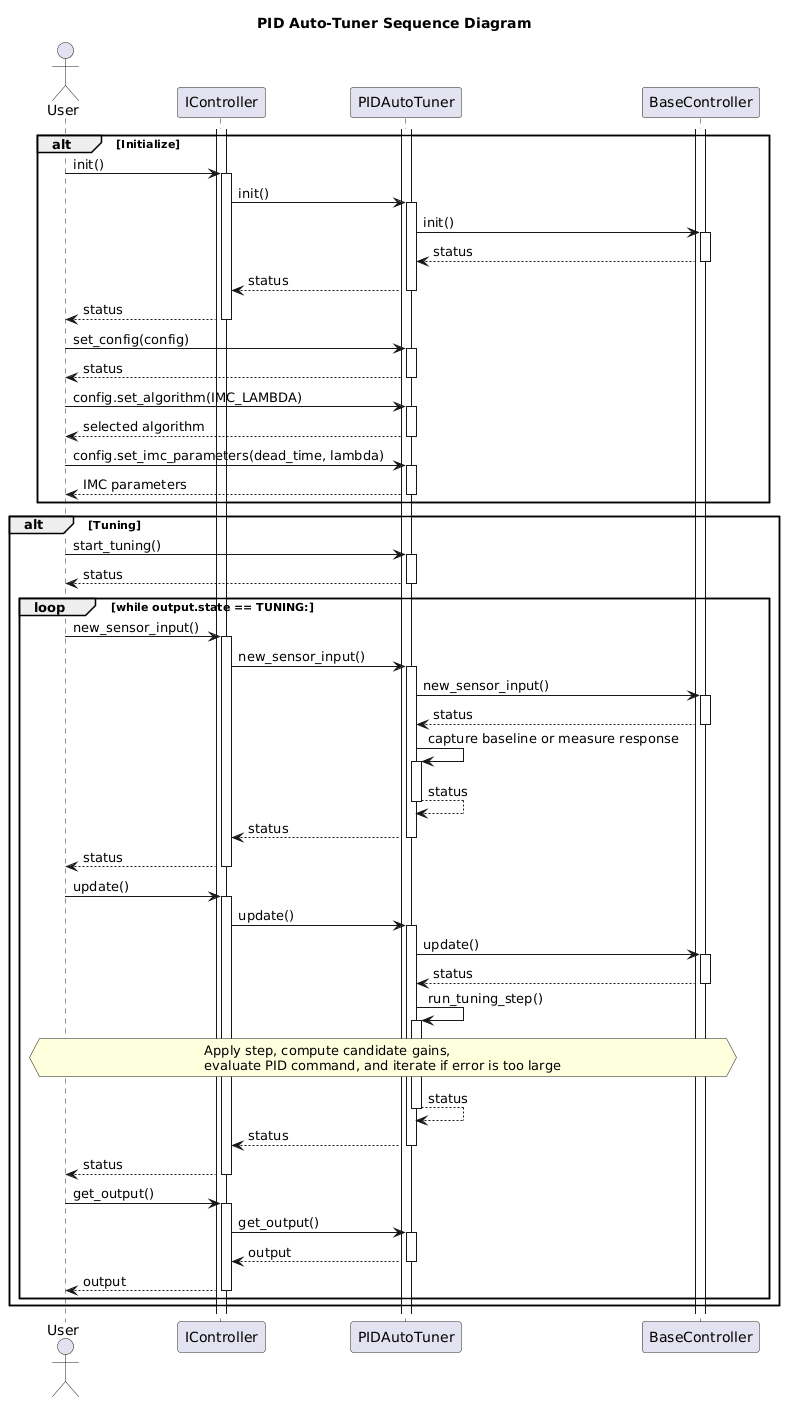
fastrobotics/robot_framework keeps this PlantUML diagram as Systems/Navigation/doc/puml/PIDAutoTunerSequenceDiagram.png. Above is the earlier version. Source of this version:
```plantuml
@startuml
title PID Auto-Tuner Sequence Diagram
actor User as user
participant IController as interface
participant PIDAutoTuner as auto_tuner
participant BaseController as base

alt Initialize
activate interface
activate auto_tuner
activate base
user -> interface++: init()
interface -> auto_tuner++: init()
auto_tuner -> base++: init()
base --> auto_tuner--: status
auto_tuner --> interface--: status
interface --> user--: status

user -> auto_tuner++: set_config(config)
auto_tuner --> user--: status

user -> auto_tuner++: config.set_algorithm(IMC_LAMBDA)
auto_tuner --> user--: selected algorithm
user -> auto_tuner++: config.set_imc_parameters(dead_time, lambda)
auto_tuner --> user--: IMC parameters

end

alt Tuning
user -> auto_tuner++: start_tuning()
auto_tuner --> user--: status
    loop while output.state == TUNING:
        user -> interface++: new_sensor_input()
        interface -> auto_tuner++: new_sensor_input()
        auto_tuner -> base++: new_sensor_input()
        base --> auto_tuner--: status
        auto_tuner -> auto_tuner++: capture baseline or measure response
        auto_tuner --> auto_tuner--: status
        auto_tuner --> interface--: status
        interface --> user--: status

        user -> interface++: update()
        interface -> auto_tuner++: update()
        auto_tuner -> base++: update()
        base --> auto_tuner--: status
        auto_tuner -> auto_tuner++: run_tuning_step()
        hnote across: Apply step, compute candidate gains,\nevaluate PID command, and iterate if error is too large
        auto_tuner --> auto_tuner--: status

        auto_tuner --> interface--: status
        interface --> user--: status

        user -> interface++: get_output()
        interface -> auto_tuner++: get_output()
        auto_tuner --> interface--: output
        interface --> user--: output
    end
end

@enduml
```
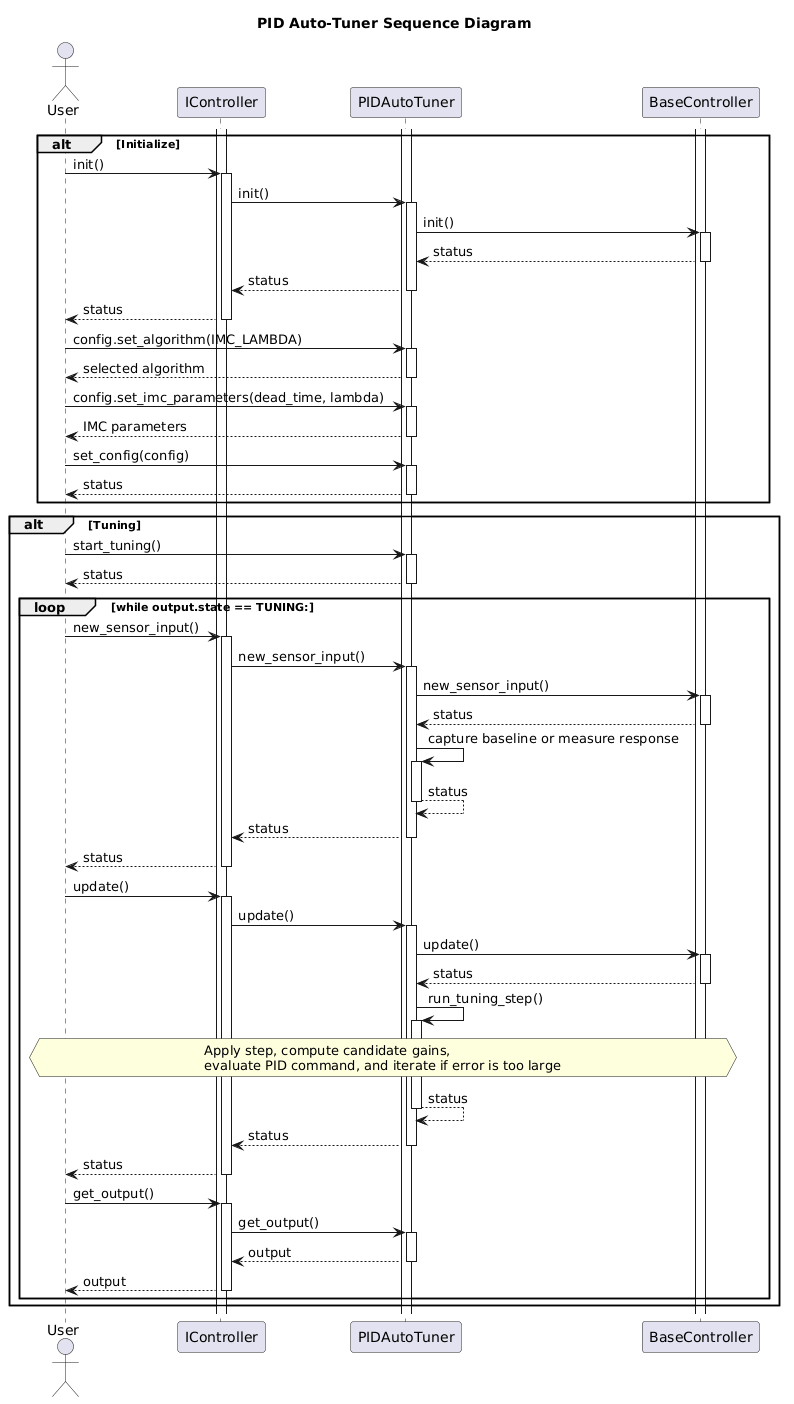
After the commit.

Change to the diagram source:
```diff
@@ -16,13 +16,12 @@
 auto_tuner --> interface--: status
 interface --> user--: status
 
-user -> auto_tuner++: set_config(config)
-auto_tuner --> user--: status
-
 user -> auto_tuner++: config.set_algorithm(IMC_LAMBDA)
 auto_tuner --> user--: selected algorithm
 user -> auto_tuner++: config.set_imc_parameters(dead_time, lambda)
 auto_tuner --> user--: IMC parameters
+user -> auto_tuner++: set_config(config)
+auto_tuner --> user--: status
 
 end
 
```
